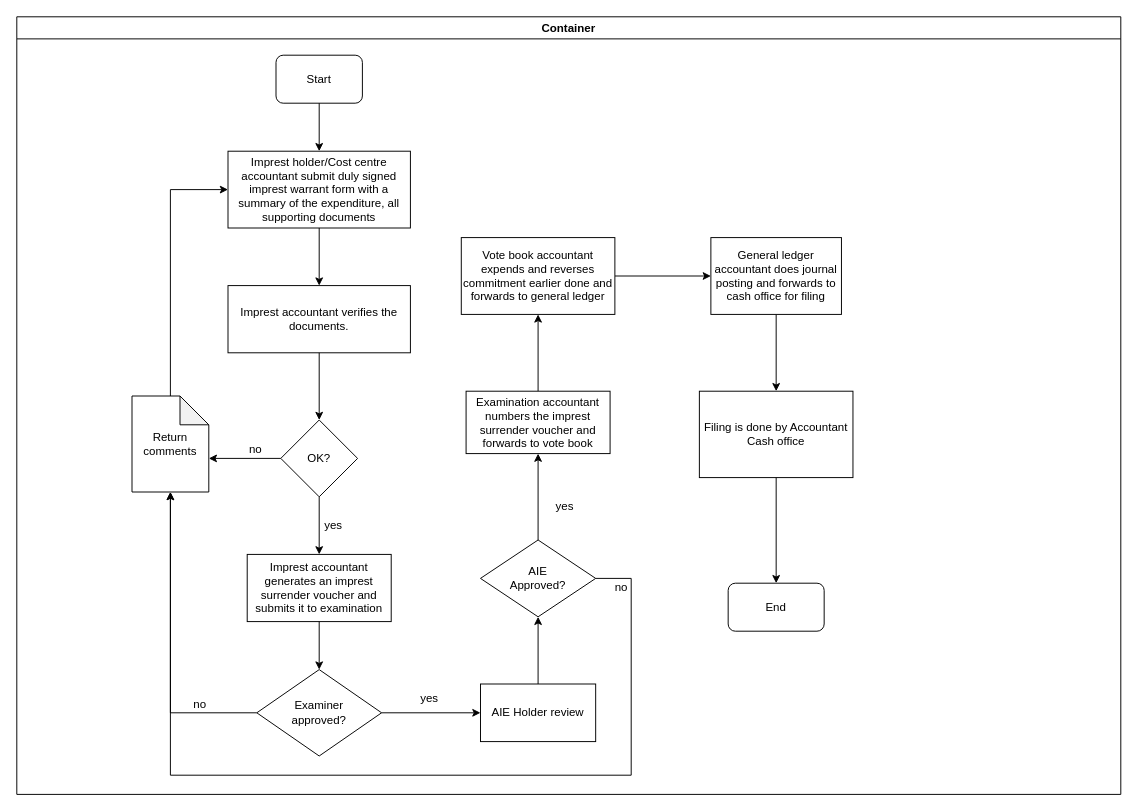
Before: KEFRI-FIN-IMPREST SURRENDER.drawio in kmagua/flowcharts, a draw.io diagram. Source tidied: cells renumbered, new cells numbered last; positions are measured from the earlier drawing's top-left corner, leaving out a move shared by most shapes. Both pictures are drawn from the tidied source at 96%, with x=0, y=0 at pixel (16, 16).
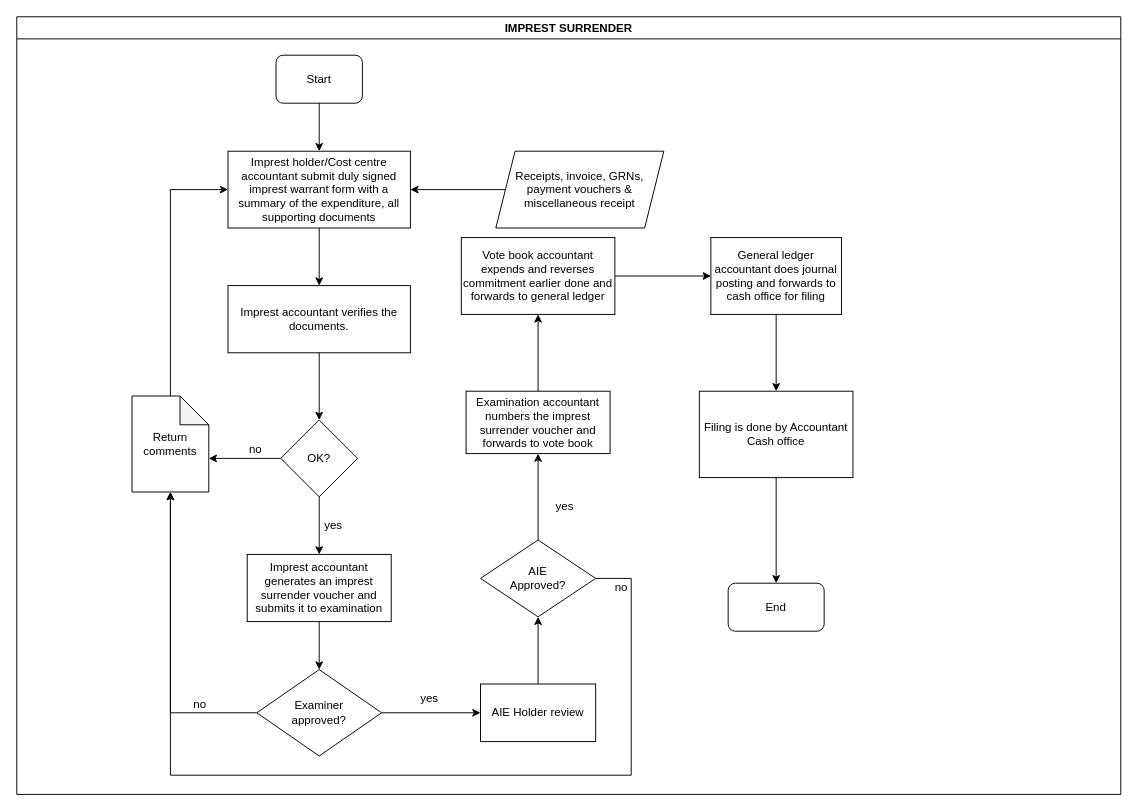
The same page after the edit.

Unchanged cells that the change refers to:
```xml
<mxCell id="4" value="Imprest holder/Cost centre accountant submit duly signed imprest warrant form with a summary of the expenditure, all supporting documents" style="rounded=0;whiteSpace=wrap;html=1;" parent="2" vertex="1">
  <mxGeometry x="220" y="140" width="190" height="80" as="geometry" />
</mxCell>
```

The edit, as a diff of the source:
```diff
@@
-    <mxCell id="2" value="Container" style="swimlane;startSize=23;" parent="1" vertex="1">
+    <mxCell id="2" value="IMPREST SURRENDER" style="swimlane;startSize=23;" parent="1" vertex="1">
       <mxGeometry width="1150" height="810" as="geometry" />
     </mxCell>
@@
+    <mxCell id="39" style="edgeStyle=orthogonalEdgeStyle;rounded=0;jettySize=auto;html=1;" parent="1" edge="1" source="40" target="4">
+      <mxGeometry relative="1" as="geometry" />
+    </mxCell>
+    <mxCell id="40" value="Receipts, invoice, GRNs, payment vouchers &amp;amp; miscellaneous receipt" style="shape=parallelogram;perimeter=parallelogramPerimeter;whiteSpace=wrap;html=1;fixedSize=1;rounded=0;" parent="1" vertex="1">
+      <mxGeometry x="499" y="140" width="175" height="80" as="geometry" />
+    </mxCell>
```
